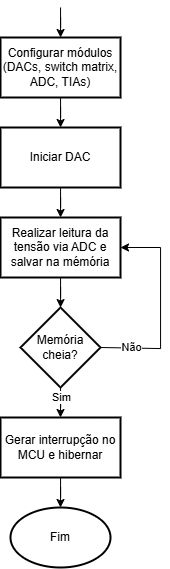
Earlier version of the draw.io export Figuras/metodologia/Sequencer.png (wellytomOC/TCC). Source tidied: cells renumbered, new cells last; positions are measured from the earlier drawing's top-left corner, leaving out a move shared by most shapes.
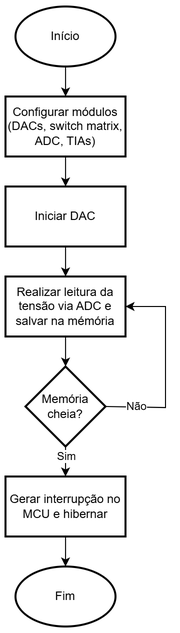
Later version of the same file.

Change to the diagram source:
```diff
@@ -2,63 +2,64 @@
   <root>
     <mxCell id="0" />
     <mxCell id="1" parent="0" />
-    <mxCell id="2" style="edgeStyle=orthogonalEdgeStyle;rounded=0;jettySize=auto;html=1;" parent="1" edge="1" target="4">
-      <mxGeometry relative="1" as="geometry">
-        <mxPoint x="60" as="sourcePoint" />
-      </mxGeometry>
+    <mxCell id="2" style="edgeStyle=orthogonalEdgeStyle;rounded=0;jettySize=auto;html=1;" parent="1" edge="1" source="3" target="5">
+      <mxGeometry relative="1" as="geometry" />
     </mxCell>
-    <mxCell id="3" style="edgeStyle=orthogonalEdgeStyle;rounded=0;jettySize=auto;html=1;" parent="1" edge="1" source="4" target="6">
-      <mxGeometry relative="1" as="geometry" />
+    <mxCell id="3" value="Início" style="strokeWidth=2;html=1;shape=mxgraph.flowchart.start_1;whiteSpace=wrap;" parent="1" vertex="1">
+      <mxGeometry x="10" y="-60" width="100" height="60" as="geometry" />
     </mxCell>
-    <mxCell id="4" value="Configurar módulos (DACs, switch matrix, ADC, TIAs)" style="whiteSpace=wrap;html=1;strokeWidth=2;" parent="1" vertex="1">
-      <mxGeometry y="30" width="120" height="60" as="geometry" />
+    <mxCell id="4" style="edgeStyle=orthogonalEdgeStyle;rounded=0;jettySize=auto;html=1;" parent="1" edge="1" source="5" target="7">
+      <mxGeometry relative="1" as="geometry" />
     </mxCell>
-    <mxCell id="5" style="edgeStyle=orthogonalEdgeStyle;rounded=0;jettySize=auto;html=1;" parent="1" edge="1" source="6" target="11">
-      <mxGeometry relative="1" as="geometry" />
+    <mxCell id="5" value="Configurar módulos (DACs, switch matrix, ADC, TIAs)" style="whiteSpace=wrap;html=1;strokeWidth=2;" parent="1" vertex="1">
+      <mxGeometry y="30" width="120" height="60" as="geometry" />
     </mxCell>
-    <mxCell id="6" value="Iniciar DAC" style="whiteSpace=wrap;html=1;strokeWidth=2;" parent="1" vertex="1">
-      <mxGeometry y="120" width="120" height="60" as="geometry" />
+    <mxCell id="6" style="edgeStyle=orthogonalEdgeStyle;rounded=0;jettySize=auto;html=1;" parent="1" edge="1" source="7" target="12">
+      <mxGeometry relative="1" as="geometry" />
     </mxCell>
-    <mxCell id="7" value="Gerar interrupção no MCU e hibernar" style="whiteSpace=wrap;html=1;strokeWidth=2;" parent="1" vertex="1">
-      <mxGeometry y="410" width="120" height="60" as="geometry" />
+    <mxCell id="7" value="Iniciar DAC" style="whiteSpace=wrap;html=1;strokeWidth=2;" parent="1" vertex="1">
+      <mxGeometry y="120" width="120" height="60" as="geometry" />
     </mxCell>
-    <mxCell id="8" value="Fim" style="strokeWidth=2;html=1;shape=mxgraph.flowchart.start_1;whiteSpace=wrap;" parent="1" vertex="1">
-      <mxGeometry x="10" y="500" width="100" height="60" as="geometry" />
+    <mxCell id="8" value="Gerar interrupção no MCU e hibernar" style="whiteSpace=wrap;html=1;strokeWidth=2;" parent="1" vertex="1">
+      <mxGeometry y="410" width="120" height="60" as="geometry" />
     </mxCell>
-    <mxCell id="9" style="edgeStyle=orthogonalEdgeStyle;rounded=0;jettySize=auto;html=1;entryX=0.5;entryY=0;entryDx=0;entryDy=0;entryPerimeter=0;" parent="1" edge="1" source="7" target="8">
-      <mxGeometry relative="1" as="geometry" />
+    <mxCell id="9" value="Fim" style="strokeWidth=2;html=1;shape=mxgraph.flowchart.start_1;whiteSpace=wrap;" parent="1" vertex="1">
+      <mxGeometry x="10" y="500" width="100" height="60" as="geometry" />
     </mxCell>
-    <mxCell id="10" style="edgeStyle=orthogonalEdgeStyle;rounded=0;jettySize=auto;html=1;" parent="1" edge="1" source="11" target="16">
+    <mxCell id="10" style="edgeStyle=orthogonalEdgeStyle;rounded=0;jettySize=auto;html=1;entryX=0.5;entryY=0;entryDx=0;entryDy=0;entryPerimeter=0;" parent="1" edge="1" source="8" target="9">
       <mxGeometry relative="1" as="geometry" />
     </mxCell>
-    <mxCell id="11" value="Realizar leitura da tensão via ADC e salvar na mémória" style="whiteSpace=wrap;html=1;strokeWidth=2;" parent="1" vertex="1">
-      <mxGeometry y="210" width="120" height="60" as="geometry" />
+    <mxCell id="11" style="edgeStyle=orthogonalEdgeStyle;rounded=0;jettySize=auto;html=1;" parent="1" edge="1" source="12" target="17">
+      <mxGeometry relative="1" as="geometry" />
     </mxCell>
-    <mxCell id="12" style="edgeStyle=orthogonalEdgeStyle;rounded=0;jettySize=auto;html=1;entryX=1;entryY=0.5;entryDx=0;entryDy=0;" parent="1" edge="1" target="11">
-      <mxGeometry relative="1" as="geometry">
-        <mxPoint x="100" y="340" as="sourcePoint" />
-        <Array as="points">
-          <mxPoint x="100" y="341" />
-          <mxPoint x="160" y="341" />
-          <mxPoint x="160" y="240" />
-        </Array>
-      </mxGeometry>
+    <mxCell id="12" value="Realizar leitura da tensão via ADC e salvar na mémória" style="whiteSpace=wrap;html=1;strokeWidth=2;" parent="1" vertex="1">
+      <mxGeometry y="210" width="120" height="60" as="geometry" />
     </mxCell>
-    <mxCell id="13" value="Não" style="edgeLabel;html=1;align=center;verticalAlign=middle;" parent="12" vertex="1">
-      <mxGeometry x="-0.6" relative="1" as="geometry">
-        <mxPoint x="-10" y="-1" as="offset" />
+    <mxCell id="13" style="edgeStyle=orthogonalEdgeStyle;rounded=0;jettySize=auto;html=1;entryX=1;entryY=0.5;entryDx=0;entryDy=0;" parent="1" edge="1" target="12">
+      <mxGeometry relative="1" as="geometry">
+        <mxPoint x="100" y="340" as="sourcePoint" />
+        <Array as="points">
+          <mxPoint x="100" y="341" />
+          <mxPoint x="160" y="341" />
+          <mxPoint x="160" y="240" />
+        </Array>
       </mxGeometry>
     </mxCell>
-    <mxCell id="14" style="edgeStyle=orthogonalEdgeStyle;rounded=0;jettySize=auto;html=1;entryX=0.5;entryY=0;entryDx=0;entryDy=0;" parent="1" edge="1" source="16" target="7">
-      <mxGeometry relative="1" as="geometry" />
+    <mxCell id="14" value="Não" style="edgeLabel;html=1;align=center;verticalAlign=middle;" parent="13" vertex="1">
+      <mxGeometry x="-0.6" relative="1" as="geometry">
+        <mxPoint x="-10" y="-1" as="offset" />
+      </mxGeometry>
     </mxCell>
-    <mxCell id="15" value="Sim" style="edgeLabel;html=1;align=center;verticalAlign=middle;" parent="14" vertex="1">
-      <mxGeometry x="0.28" y="-2" relative="1" as="geometry">
-        <mxPoint x="2" y="-2" as="offset" />
-      </mxGeometry>
+    <mxCell id="15" style="edgeStyle=orthogonalEdgeStyle;rounded=0;jettySize=auto;html=1;entryX=0.5;entryY=0;entryDx=0;entryDy=0;" parent="1" edge="1" source="17" target="8">
+      <mxGeometry relative="1" as="geometry" />
     </mxCell>
-    <mxCell id="16" value="Memória cheia?" style="rhombus;whiteSpace=wrap;html=1;strokeWidth=2;" parent="1" vertex="1">
-      <mxGeometry x="20" y="300" width="80" height="80" as="geometry" />
+    <mxCell id="16" value="Sim" style="edgeLabel;html=1;align=center;verticalAlign=middle;points=[];" parent="15" vertex="1">
+      <mxGeometry x="0.28" y="-2" relative="1" as="geometry">
+        <mxPoint x="2" y="-2" as="offset" />
+      </mxGeometry>
     </mxCell>
+    <mxCell id="17" value="Memória cheia?" style="rhombus;whiteSpace=wrap;html=1;strokeWidth=2;" parent="1" vertex="1">
+      <mxGeometry x="20" y="300" width="80" height="80" as="geometry" />
+    </mxCell>
   </root>
 </mxGraphModel>
```
